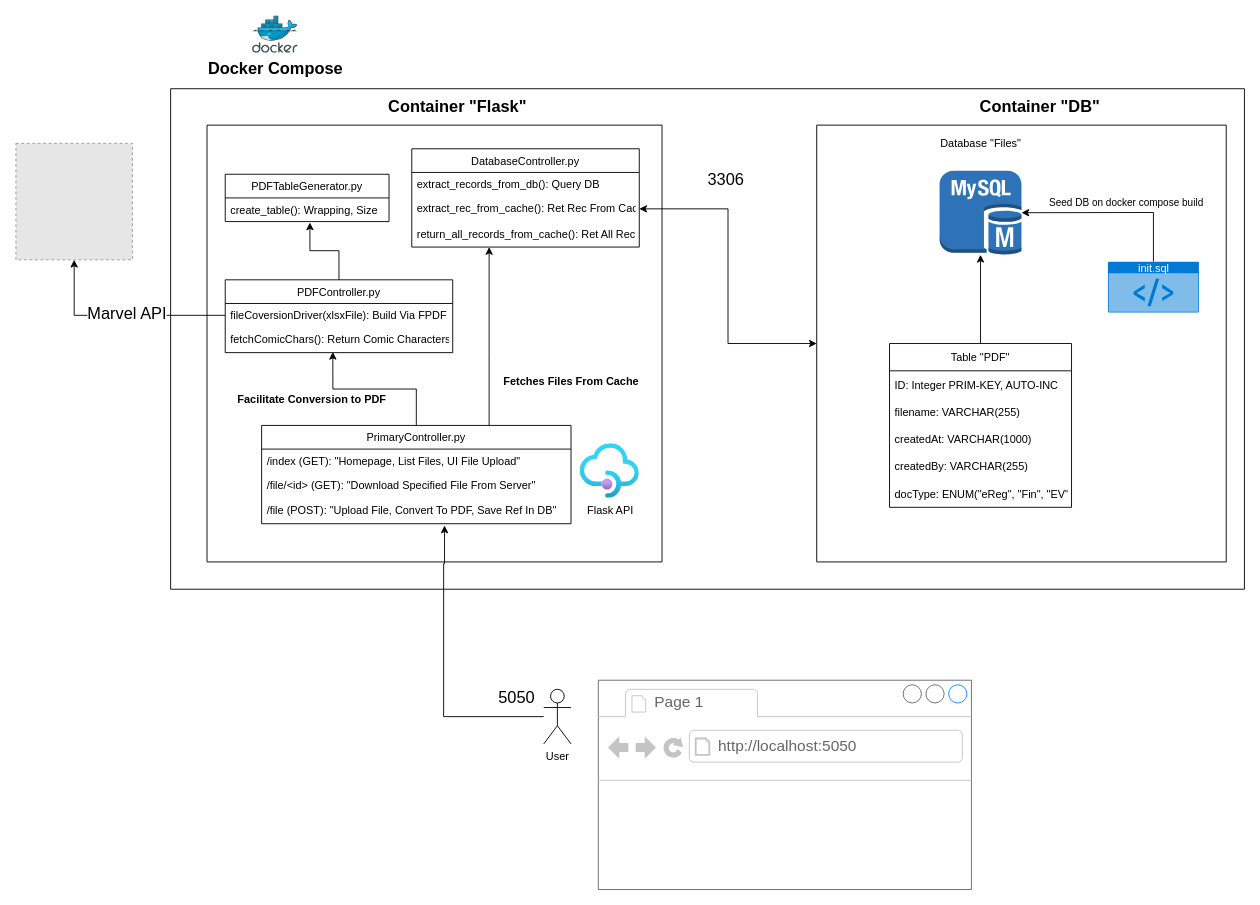
Smith-MichaelJ1995/File-Converter-Challenge keeps this draw.io diagram as artifacts/File-Converter-Challenge.drawio. Above is the earlier version. Source tidied: cells renumbered, new cells numbered last; positions are measured from the earlier drawing's top-left corner, leaving out a move shared by most shapes. Both pictures are drawn from the tidied source at 91%, with x=0, y=0 at pixel (15, 15). Pictures stored in the file or linked from it are replaced by grey dashed boxes.
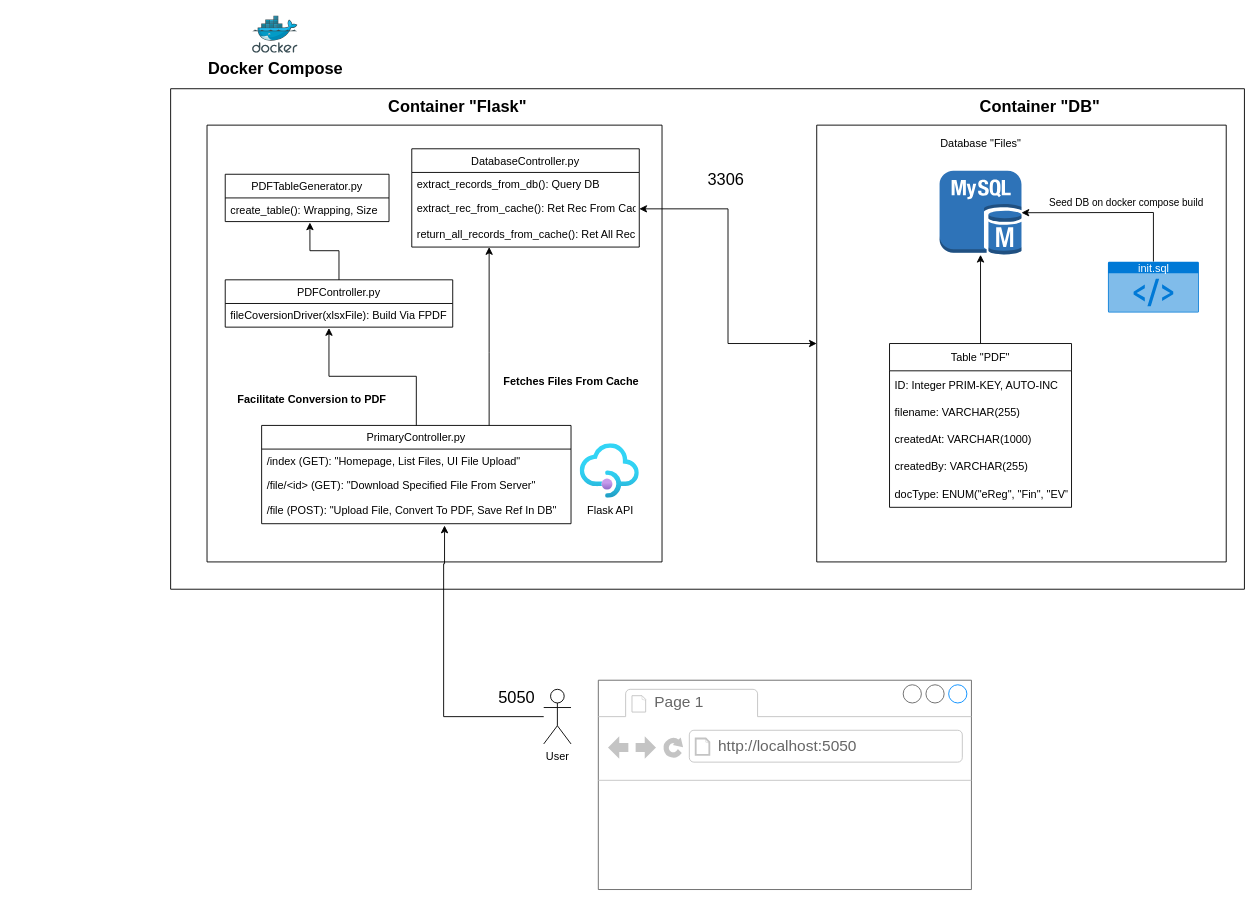
After the change.

Unchanged cells that the change refers to:
```xml
<mxCell id="14" style="swimlane;startSize=0;" parent="1" vertex="1">
  <mxGeometry x="210" y="120" width="500" height="480" as="geometry" />
</mxCell>
<mxCell id="16" value="PrimaryController.py" style="swimlane;fontStyle=0;horizontal=1;startSize=26;fillColor=none;" parent="14" vertex="1">
  <mxGeometry x="60" y="330" width="340" height="108" as="geometry" />
</mxCell>
<mxCell id="21" value="fileCoversionDriver(xlsxFile): Build Via FPDF" style="text;strokeColor=none;fillColor=none;align=left;verticalAlign=top;spacingLeft=4;spacingRight=4;overflow=hidden;points=[[0,0.5],[1,0.5]];portConstraint=eastwest;" parent="20" vertex="1">
  <mxGeometry y="26" width="250" height="26" as="geometry" />
</mxCell>
```

The edit, as a diff of the source:
```diff
@@
-    <mxCell id="15" style="edgeStyle=orthogonalEdgeStyle;rounded=0;jettySize=auto;html=1;entryX=0.473;entryY=0.973;entryDx=0;entryDy=0;entryPerimeter=0;fontSize=18;" parent="14" edge="1" source="16" target="22">
+    <mxCell id="15" style="edgeStyle=orthogonalEdgeStyle;rounded=0;jettySize=auto;html=1;entryX=0.456;entryY=1.038;entryDx=0;entryDy=0;entryPerimeter=0;fontSize=18;" parent="14" edge="1" source="16" target="21">
       <mxGeometry relative="1" as="geometry" />
     </mxCell>
@@
     <mxCell id="20" value="PDFController.py" style="swimlane;fontStyle=0;horizontal=1;startSize=26;fillColor=none;" parent="14" vertex="1">
-      <mxGeometry x="20" y="170" width="250" height="80" as="geometry" />
+      <mxGeometry x="20" y="170" width="250" height="52" as="geometry" />
     </mxCell>
@@
-    <mxCell id="22" value="fetchComicChars(): Return Comic Characters" style="text;strokeColor=none;fillColor=none;align=left;verticalAlign=top;spacingLeft=4;spacingRight=4;overflow=hidden;points=[[0,0.5],[1,0.5]];portConstraint=eastwest;" parent="20" vertex="1">
-      <mxGeometry y="52" width="250" height="28" as="geometry" />
-    </mxCell>
@@
-    <mxCell id="32" style="fillColor=#E6E6E6;strokeColor=#999999;dashed=1;html=1;verticalAlign=top;verticalLabelPosition=bottom;labelBackgroundColor=#ffffff;fontSize=18;" parent="1" vertex="1">
-      <mxGeometry y="140" width="128" height="128" as="geometry" />
-    </mxCell>
-    <mxCell id="33" style="edgeStyle=orthogonalEdgeStyle;rounded=0;jettySize=auto;html=1;entryX=0.5;entryY=1;entryDx=0;entryDy=0;fontSize=18;" parent="1" edge="1" source="21" target="32">
-      <mxGeometry relative="1" as="geometry" />
-    </mxCell>
-    <mxCell id="34" value="Marvel API" style="edgeLabel;html=1;align=center;verticalAlign=middle;fontSize=18;" parent="33" vertex="1">
-      <mxGeometry x="-0.03" y="-3" relative="1" as="geometry">
-        <mxPoint x="1" as="offset" />
-      </mxGeometry>
-    </mxCell>
```
